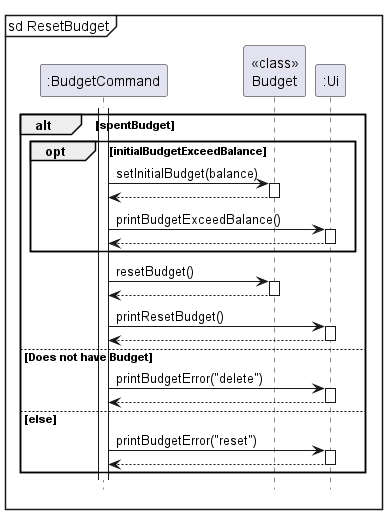
Above: docs/images/resetBudget.png in nus-cs2113-AY2324S1/tp (PlantUML), before the change. Its diagram source:
```plantuml
@startuml

autoactivate on

mainframe sd ResetBudget
participant ":BudgetCommand" as BudgetCommand
participant "<<class>>\nBudget" as Budget
participant ":Ui" as Ui

activate BudgetCommand

alt spentBudget
    opt initialBudgetExceedBalance
        BudgetCommand -> Budget: setInitialBudget(balance)
        return
        BudgetCommand -> Ui: printBudgetExceedBalance()
        return
    end
    BudgetCommand -> Budget: resetBudget()
    return
    BudgetCommand -> Ui: printResetBudget()
    return
else Does not have Budget
    BudgetCommand -> Ui: printBudgetError("delete")
    return
else else
    BudgetCommand -> Ui: printBudgetError("reset")
    return
end

hide footbox
@enduml
```
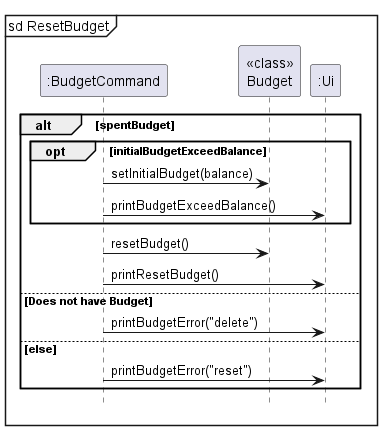
After the change.

Change to the diagram source:
```diff
@@ -1,31 +1,21 @@
 @startuml
-
-autoactivate on
 
 mainframe sd ResetBudget
 participant ":BudgetCommand" as BudgetCommand
 participant "<<class>>\nBudget" as Budget
 participant ":Ui" as Ui
 
-activate BudgetCommand
-
 alt spentBudget
     opt initialBudgetExceedBalance
         BudgetCommand -> Budget: setInitialBudget(balance)
-        return
         BudgetCommand -> Ui: printBudgetExceedBalance()
-        return
     end
     BudgetCommand -> Budget: resetBudget()
-    return
     BudgetCommand -> Ui: printResetBudget()
-    return
 else Does not have Budget
     BudgetCommand -> Ui: printBudgetError("delete")
-    return
 else else
     BudgetCommand -> Ui: printBudgetError("reset")
-    return
 end
 
 hide footbox
```
